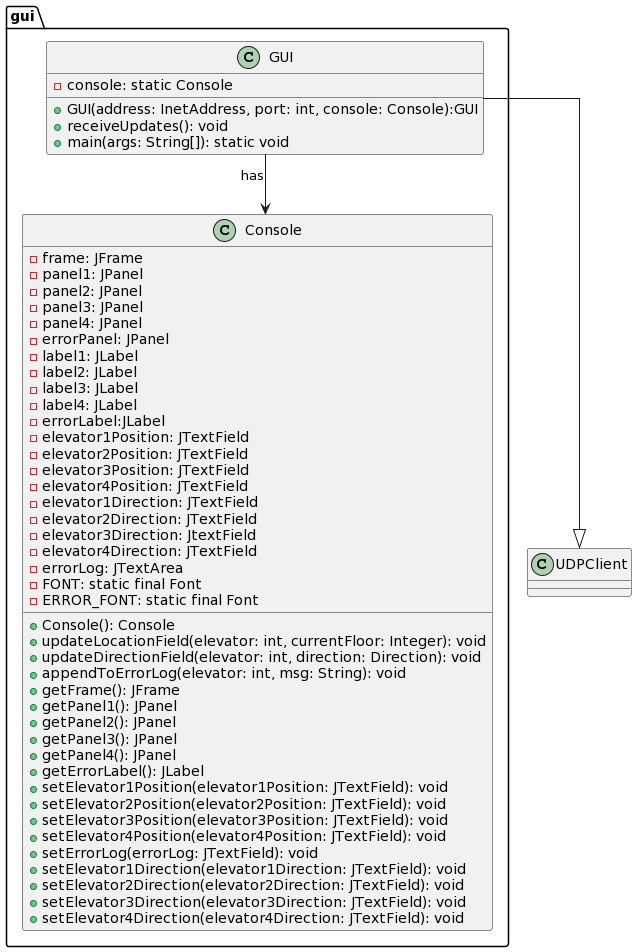
The PlantUML diagram docs/GUISubsystemClassDiagram.png in kavvykav/SYSC3303-project, before a commit. The source it was exported from:
```plantuml
@startuml
skinparam linetype ortho
class UDPClient {

}
package gui {
class Console {
-frame: JFrame
-panel1: JPanel
-panel2: JPanel
-panel3: JPanel
-panel4: JPanel
-errorPanel: JPanel
-label1: JLabel
-label2: JLabel
-label3: JLabel
-label4: JLabel
-errorLabel:JLabel
-elevator1Position: JTextField
-elevator2Position: JTextField
-elevator3Position: JTextField
-elevator4Position: JTextField
-elevator1Direction: JTextField
-elevator2Direction: JTextField
-elevator3Direction: JtextField
-elevator4Direction: JTextField
-errorLog: JTextArea
-FONT: static final Font
-ERROR_FONT: static final Font
+Console(): Console
+updateLocationField(elevator: int, currentFloor: Integer): void
+updateDirectionField(elevator: int, direction: Direction): void
+appendToErrorLog(elevator: int, msg: String): void
+getFrame(): JFrame
+getPanel1(): JPanel
+getPanel2(): JPanel
+getPanel3(): JPanel
+getPanel4(): JPanel
+getErrorLabel(): JLabel
+setElevator1Position(elevator1Position: JTextField): void
+setElevator2Position(elevator2Position: JTextField): void
+setElevator3Position(elevator3Position: JTextField): void
+setElevator4Position(elevator4Position: JTextField): void
+setErrorLog(errorLog: JTextField): void
+setElevator1Direction(elevator1Direction: JTextField): void
+setElevator2Direction(elevator2Direction: JTextField): void
+setElevator3Direction(elevator3Direction: JTextField): void
+setElevator4Direction(elevator4Direction: JTextField): void

}
class GUI {
- console: static Console
+GUI(address: InetAddress, port: int, console: Console):GUI
+receiveUpdates(): void
+main(args: String[]): static void
}
GUI--|> UDPClient
GUI-->Console : has
}
@enduml
```
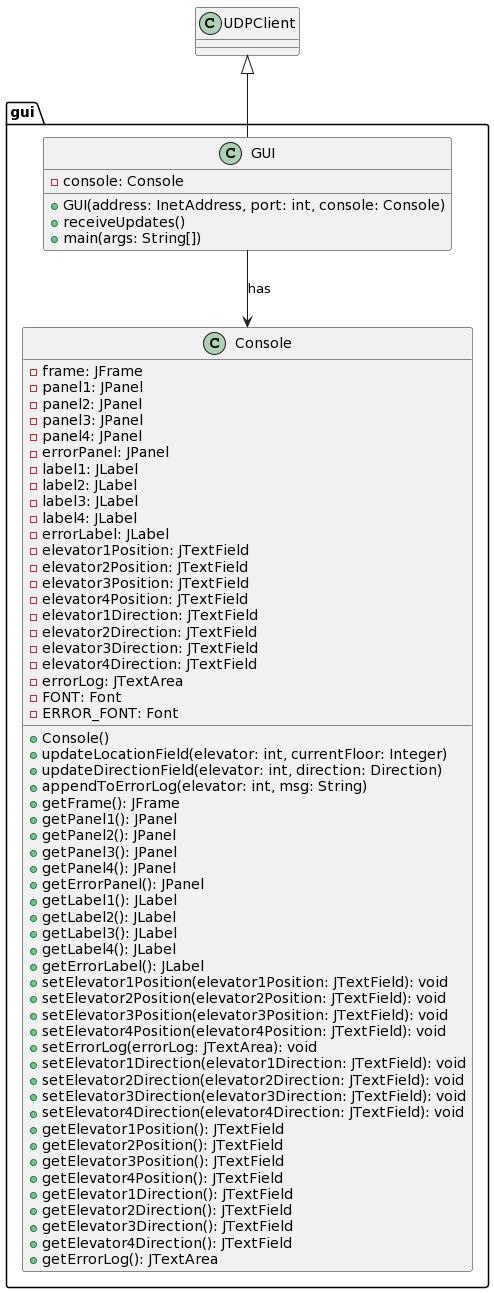
The same file after the commit.

Commit message:
Renamed to follow naming convention

What changed in the source:
```diff
@@ -1,60 +1,70 @@
 @startuml
-skinparam linetype ortho
-class UDPClient {
+package gui{
+class GUI{
+        -console: Console
+        +GUI(address: InetAddress, port: int, console: Console)
+        +receiveUpdates()
+        +main(args: String[])
+    }
+class Console {
+    -frame: JFrame
+    -panel1: JPanel
+    -panel2: JPanel
+    -panel3: JPanel
+    -panel4: JPanel
+    -errorPanel: JPanel
+    -label1: JLabel
+    -label2: JLabel
+    -label3: JLabel
+    -label4: JLabel
+    -errorLabel: JLabel
+    -elevator1Position: JTextField
+    -elevator2Position: JTextField
+    -elevator3Position: JTextField
+    -elevator4Position: JTextField
+    -elevator1Direction: JTextField
+    -elevator2Direction: JTextField
+    -elevator3Direction: JTextField
+    -elevator4Direction: JTextField
+    -errorLog: JTextArea
+    -FONT: Font
+    -ERROR_FONT: Font
+    +Console()
+    +updateLocationField(elevator: int, currentFloor: Integer)
+    +updateDirectionField(elevator: int, direction: Direction)
+    +appendToErrorLog(elevator: int, msg: String)
+    +getFrame(): JFrame
+    +getPanel1(): JPanel
+    +getPanel2(): JPanel
+    +getPanel3(): JPanel
+    +getPanel4(): JPanel
+    +getErrorPanel(): JPanel
+    +getLabel1(): JLabel
+    +getLabel2(): JLabel
+    +getLabel3(): JLabel
+    +getLabel4(): JLabel
+    +getErrorLabel(): JLabel
+    +setElevator1Position(elevator1Position: JTextField): void
+    +setElevator2Position(elevator2Position: JTextField): void
+    +setElevator3Position(elevator3Position: JTextField): void
+    +setElevator4Position(elevator4Position: JTextField): void
+    +setErrorLog(errorLog: JTextArea): void
+    +setElevator1Direction(elevator1Direction: JTextField): void
+    +setElevator2Direction(elevator2Direction: JTextField): void
+    +setElevator3Direction(elevator3Direction: JTextField): void
+    +setElevator4Direction(elevator4Direction: JTextField): void
+    +getElevator1Position(): JTextField
+    +getElevator2Position(): JTextField
+    +getElevator3Position(): JTextField
+    +getElevator4Position(): JTextField
+    +getElevator1Direction(): JTextField
+    +getElevator2Direction(): JTextField
+    +getElevator3Direction(): JTextField
+    +getElevator4Direction(): JTextField
+    +getErrorLog(): JTextArea
+}
+GUI --> Console : has
 
 }
-package gui {
-class Console {
--frame: JFrame
--panel1: JPanel
--panel2: JPanel
--panel3: JPanel
--panel4: JPanel
--errorPanel: JPanel
--label1: JLabel
--label2: JLabel
--label3: JLabel
--label4: JLabel
--errorLabel:JLabel
--elevator1Position: JTextField
--elevator2Position: JTextField
--elevator3Position: JTextField
--elevator4Position: JTextField
--elevator1Direction: JTextField
--elevator2Direction: JTextField
--elevator3Direction: JtextField
--elevator4Direction: JTextField
--errorLog: JTextArea
--FONT: static final Font
--ERROR_FONT: static final Font
-+Console(): Console
-+updateLocationField(elevator: int, currentFloor: Integer): void
-+updateDirectionField(elevator: int, direction: Direction): void
-+appendToErrorLog(elevator: int, msg: String): void
-+getFrame(): JFrame
-+getPanel1(): JPanel
-+getPanel2(): JPanel
-+getPanel3(): JPanel
-+getPanel4(): JPanel
-+getErrorLabel(): JLabel
-+setElevator1Position(elevator1Position: JTextField): void
-+setElevator2Position(elevator2Position: JTextField): void
-+setElevator3Position(elevator3Position: JTextField): void
-+setElevator4Position(elevator4Position: JTextField): void
-+setErrorLog(errorLog: JTextField): void
-+setElevator1Direction(elevator1Direction: JTextField): void
-+setElevator2Direction(elevator2Direction: JTextField): void
-+setElevator3Direction(elevator3Direction: JTextField): void
-+setElevator4Direction(elevator4Direction: JTextField): void
-
-}
-class GUI {
-- console: static Console
-+GUI(address: InetAddress, port: int, console: Console):GUI
-+receiveUpdates(): void
-+main(args: String[]): static void
-}
-GUI--|> UDPClient
-GUI-->Console : has
-}
+GUI -up-|> UDPClient
 @enduml
```
